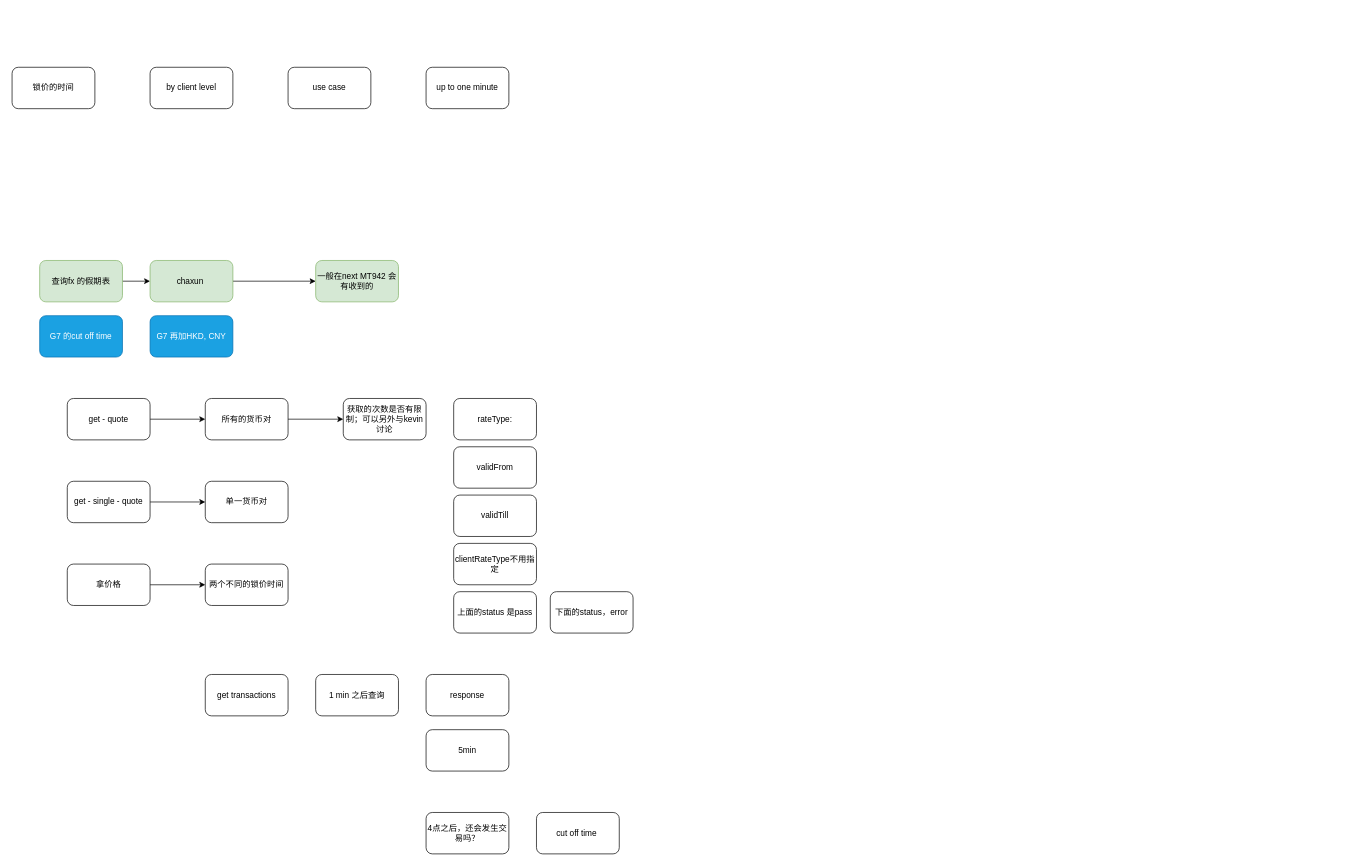
0573xieguojia/To-program keeps this draw.io diagram as LLSI/SCB fx.drawio. Above is the earlier version. Source tidied: cells renumbered, new cells numbered last; positions are measured from the earlier drawing's top-left corner, leaving out a move shared by most shapes. Both pictures are drawn from the tidied source at 69%, with x=0, y=0 at pixel (12, 67).
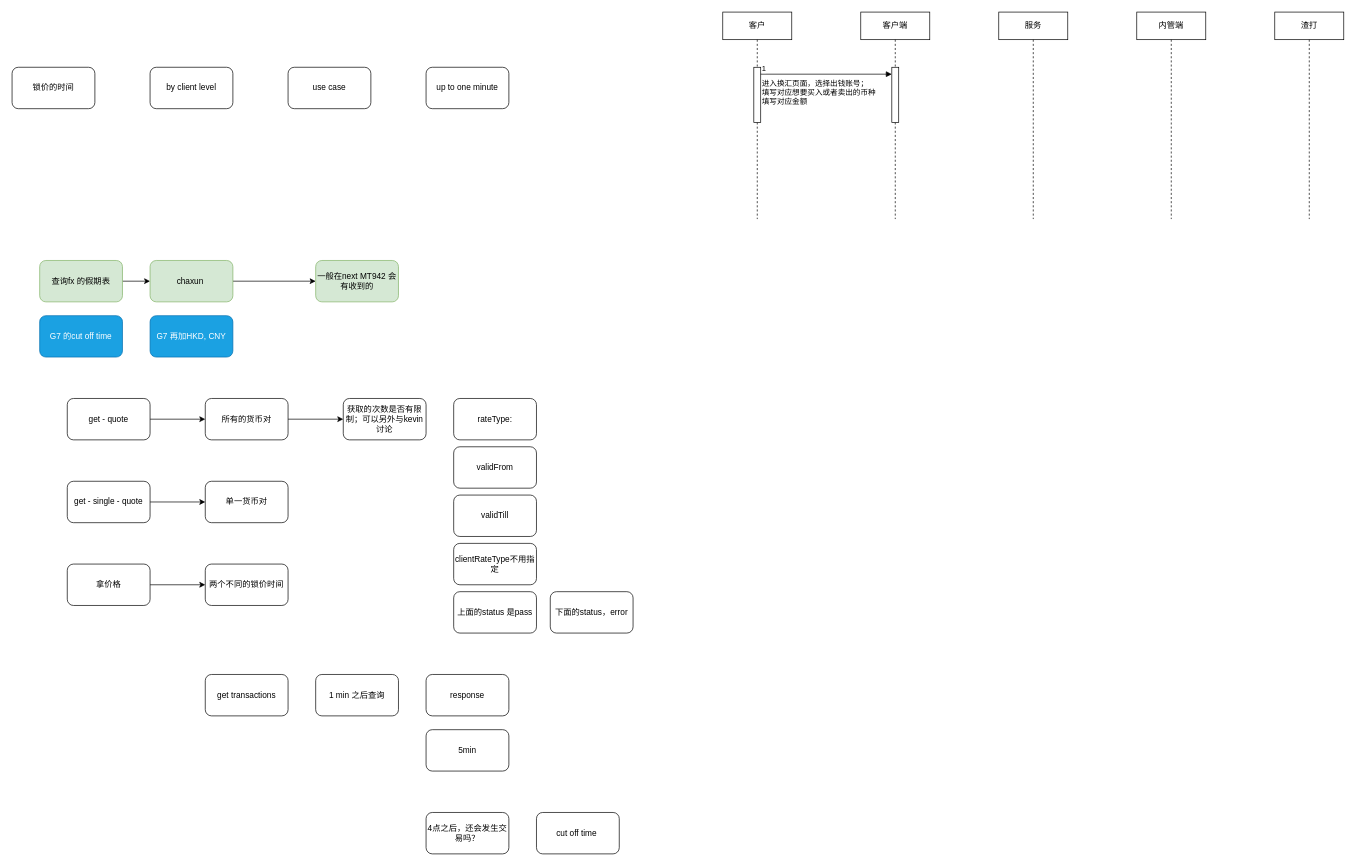
The same page after the edit.

The edit, as a diff of the source:
```diff
@@
+    <mxCell id="36" value="客户" style="shape=umlLifeline;perimeter=lifelinePerimeter;whiteSpace=wrap;html=1;newEdgeStyle={&quot;curved&quot;:0,&quot;rounded&quot;:0};" parent="1" vertex="1">
+      <mxGeometry x="1030" y="-80" width="100" height="300" as="geometry" />
+    </mxCell>
+    <mxCell id="37" style="html=1;perimeter=orthogonalPerimeter;targetShapes=umlLifeline;newEdgeStyle={&quot;curved&quot;:0,&quot;rounded&quot;:0};" parent="36" vertex="1">
+      <mxGeometry x="45" y="80" width="10" height="80" as="geometry" />
+    </mxCell>
+    <mxCell id="38" value="客户端" style="shape=umlLifeline;perimeter=lifelinePerimeter;whiteSpace=wrap;html=1;newEdgeStyle={&quot;curved&quot;:0,&quot;rounded&quot;:0};" parent="1" vertex="1">
+      <mxGeometry x="1230" y="-80" width="100" height="300" as="geometry" />
+    </mxCell>
+    <mxCell id="39" style="html=1;perimeter=orthogonalPerimeter;targetShapes=umlLifeline;newEdgeStyle={&quot;curved&quot;:0,&quot;rounded&quot;:0};" parent="38" vertex="1">
+      <mxGeometry x="45" y="80" width="10" height="80" as="geometry" />
+    </mxCell>
+    <mxCell id="40" value="服务" style="shape=umlLifeline;perimeter=lifelinePerimeter;whiteSpace=wrap;html=1;newEdgeStyle={&quot;curved&quot;:0,&quot;rounded&quot;:0};" parent="1" vertex="1">
+      <mxGeometry x="1430" y="-80" width="100" height="300" as="geometry" />
+    </mxCell>
+    <mxCell id="41" value="内管端" style="shape=umlLifeline;perimeter=lifelinePerimeter;whiteSpace=wrap;html=1;newEdgeStyle={&quot;curved&quot;:0,&quot;rounded&quot;:0};" parent="1" vertex="1">
+      <mxGeometry x="1630" y="-80" width="100" height="300" as="geometry" />
+    </mxCell>
+    <mxCell id="42" value="渣打" style="shape=umlLifeline;perimeter=lifelinePerimeter;whiteSpace=wrap;html=1;newEdgeStyle={&quot;curved&quot;:0,&quot;rounded&quot;:0};" parent="1" vertex="1">
+      <mxGeometry x="1830" y="-80" width="100" height="300" as="geometry" />
+    </mxCell>
+    <mxCell id="43" value="进入换汇页面，选择出钱账号；&lt;br&gt;填写对应想要买入或者卖出的币种&lt;br&gt;填写对应金额" style="endArrow=block;endFill=1;html=1;edgeStyle=orthogonalEdgeStyle;align=left;verticalAlign=top;rounded=0;" parent="1" edge="1">
+      <mxGeometry x="-1" relative="1" as="geometry">
+        <mxPoint x="1085" y="10" as="sourcePoint" />
+        <mxPoint x="1275" y="10" as="targetPoint" />
+      </mxGeometry>
+    </mxCell>
+    <mxCell id="44" value="1" style="edgeLabel;html=1;align=left;verticalAlign=bottom;" parent="43" vertex="1">
+      <mxGeometry x="-1" relative="1" as="geometry" />
+    </mxCell>
```
